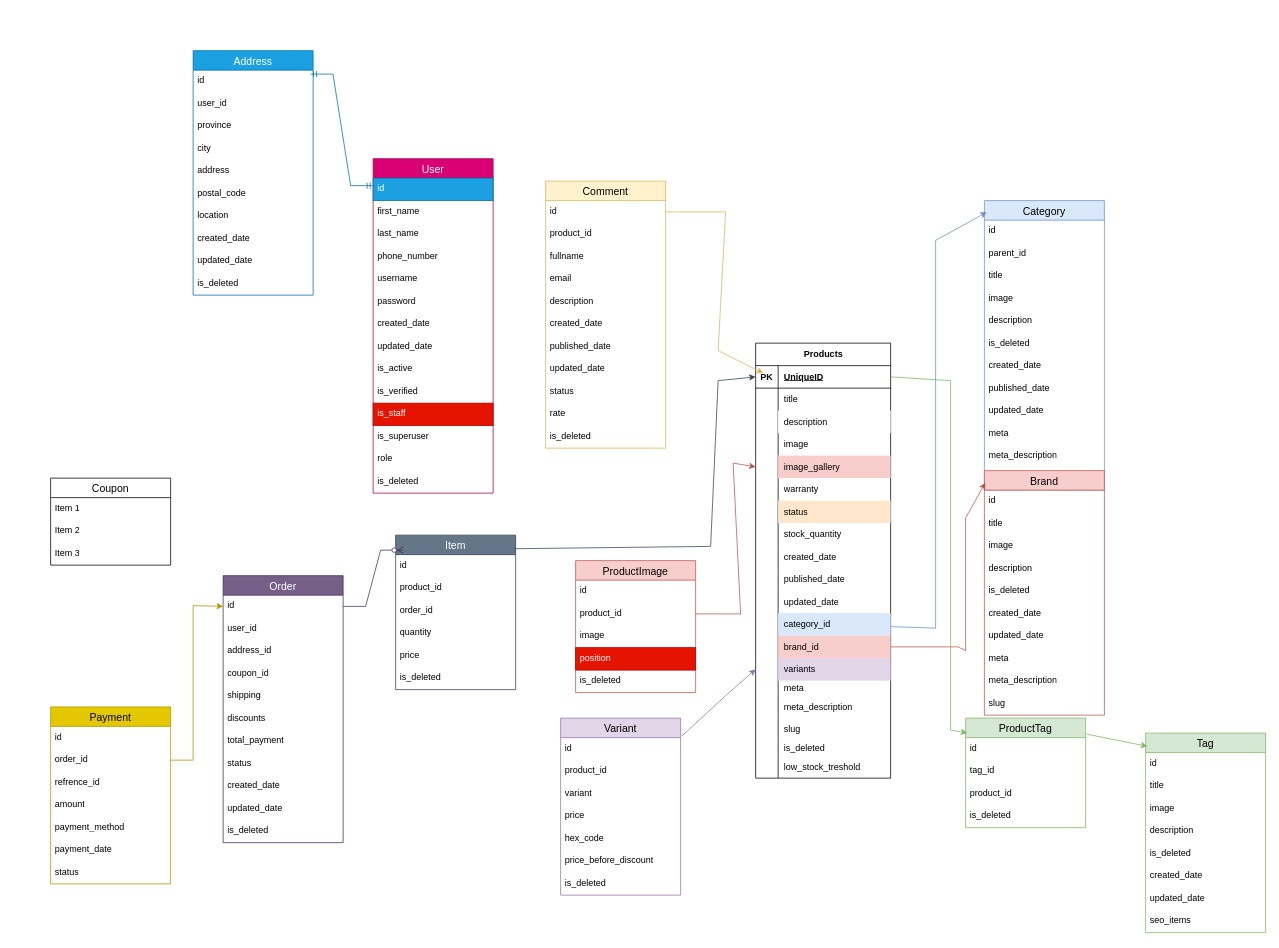
This is Pixa.drawio from Masoumesh/Pixa-shop, a draw.io file, before an edit. Source tidied: cells renumbered, new cells numbered last; positions are measured from the earlier drawing's top-left corner, leaving out a move shared by most shapes. Both pictures are drawn from the tidied source at 75%, with x=0, y=0 at pixel (50, 50).
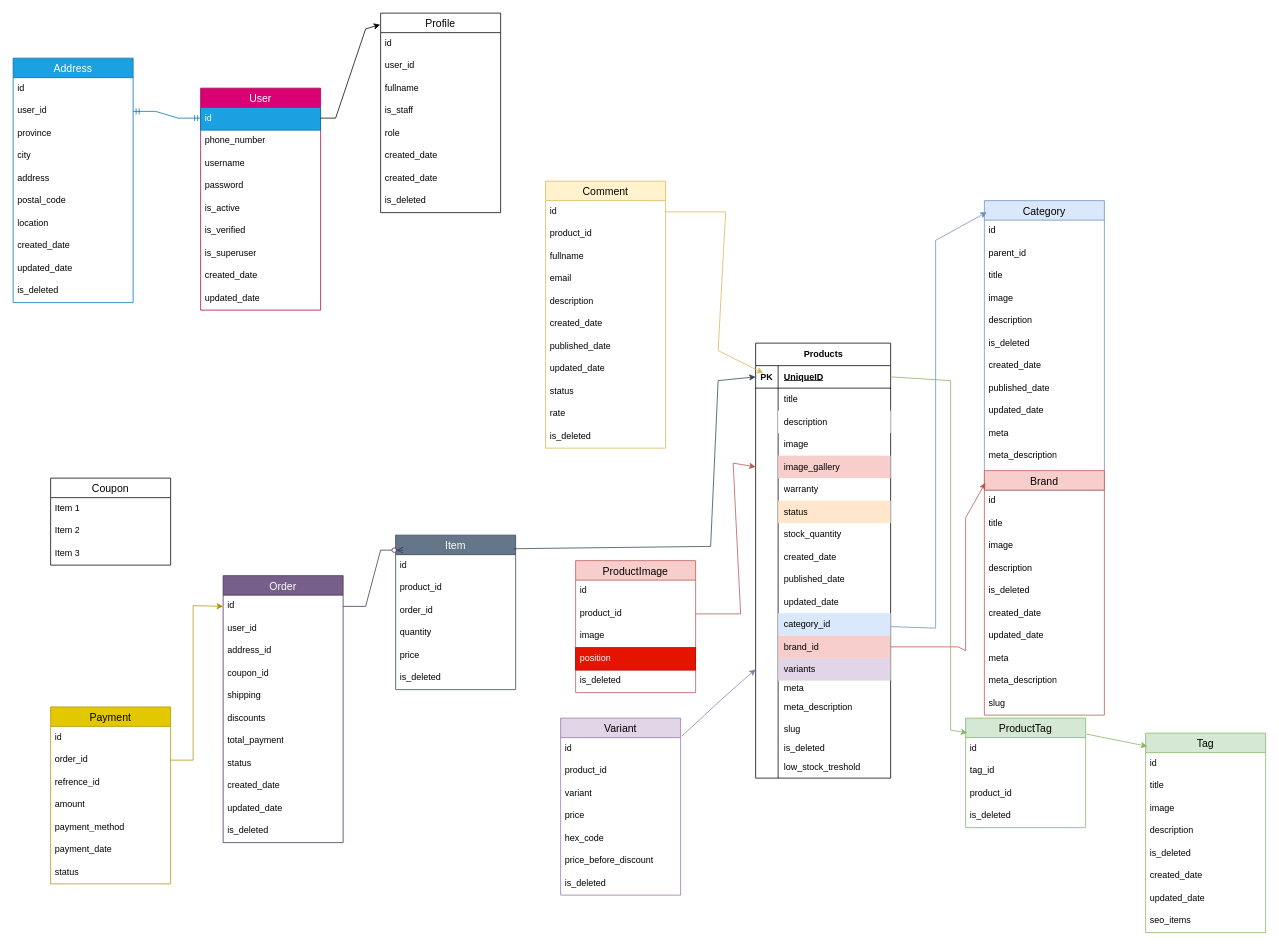
The same diagram, later.

Unchanged cells that the change refers to:
```xml
<mxCell id="117" value="user_id" style="text;strokeColor=none;fillColor=none;spacingLeft=4;spacingRight=4;overflow=hidden;points=[[0,0.5],[1,0.5]];portConstraint=eastwest;fontSize=12;whiteSpace=wrap;html=1;" parent="115" vertex="1">
  <mxGeometry y="56" width="160" height="30" as="geometry" />
</mxCell>
```

Change to the diagram source:
```diff
@@
     <mxCell id="115" value="Address" style="swimlane;fontStyle=0;horizontal=1;startSize=26;align=center;fontSize=14;fillColor=#1ba1e2;fontColor=#ffffff;strokeColor=#006EAF;" parent="1" vertex="1">
-      <mxGeometry x="190" width="160" height="326" as="geometry" />
+      <mxGeometry x="-50" y="10" width="160" height="326" as="geometry" />
     </mxCell>
@@
     <mxCell id="159" value="User" style="swimlane;fontStyle=0;horizontal=1;startSize=26;align=center;fontSize=14;fillColor=#d80073;fontColor=#ffffff;strokeColor=#A50040;" parent="1" vertex="1">
-      <mxGeometry x="430" y="144" width="160" height="446" as="geometry" />
+      <mxGeometry x="200" y="50" width="160" height="296" as="geometry" />
     </mxCell>
@@
-    <mxCell id="161" value="first_name" style="text;strokeColor=none;fillColor=none;spacingLeft=4;spacingRight=4;overflow=hidden;fontSize=12;whiteSpace=wrap;html=1;" parent="159" vertex="1">
-      <mxGeometry y="56" width="160" height="30" as="geometry" />
-    </mxCell>
-    <mxCell id="162" value="last_name" style="text;strokeColor=none;fillColor=none;spacingLeft=4;spacingRight=4;overflow=hidden;fontSize=12;whiteSpace=wrap;html=1;" parent="159" vertex="1">
-      <mxGeometry y="86" width="160" height="30" as="geometry" />
-    </mxCell>
     <mxCell id="163" value="phone_number" style="text;strokeColor=none;fillColor=none;spacingLeft=4;spacingRight=4;overflow=hidden;fontSize=12;whiteSpace=wrap;html=1;" parent="159" vertex="1">
-      <mxGeometry y="116" width="160" height="30" as="geometry" />
+      <mxGeometry y="56" width="160" height="30" as="geometry" />
     </mxCell>
     <mxCell id="164" value="username" style="text;strokeColor=none;fillColor=none;spacingLeft=4;spacingRight=4;overflow=hidden;fontSize=12;whiteSpace=wrap;html=1;" parent="159" vertex="1">
-      <mxGeometry y="146" width="160" height="30" as="geometry" />
+      <mxGeometry y="86" width="160" height="30" as="geometry" />
     </mxCell>
     <mxCell id="165" value="password" style="text;strokeColor=none;fillColor=none;spacingLeft=4;spacingRight=4;overflow=hidden;fontSize=12;whiteSpace=wrap;html=1;" parent="159" vertex="1">
-      <mxGeometry y="176" width="160" height="30" as="geometry" />
+      <mxGeometry y="116" width="160" height="30" as="geometry" />
     </mxCell>
+    <mxCell id="168" value="is_active" style="text;strokeColor=none;fillColor=none;spacingLeft=4;spacingRight=4;overflow=hidden;fontSize=12;whiteSpace=wrap;html=1;" parent="159" vertex="1">
+      <mxGeometry y="146" width="160" height="30" as="geometry" />
+    </mxCell>
+    <mxCell id="169" value="is_verified" style="text;strokeColor=none;fillColor=none;spacingLeft=4;spacingRight=4;overflow=hidden;fontSize=12;whiteSpace=wrap;html=1;" parent="159" vertex="1">
+      <mxGeometry y="176" width="160" height="30" as="geometry" />
+    </mxCell>
+    <mxCell id="171" value="is_superuser" style="text;strokeColor=none;fillColor=none;spacingLeft=4;spacingRight=4;overflow=hidden;fontSize=12;whiteSpace=wrap;html=1;" parent="159" vertex="1">
+      <mxGeometry y="206" width="160" height="30" as="geometry" />
+    </mxCell>
     <mxCell id="166" value="created_date" style="text;strokeColor=none;fillColor=none;spacingLeft=4;spacingRight=4;overflow=hidden;fontSize=12;whiteSpace=wrap;html=1;" parent="159" vertex="1">
-      <mxGeometry y="206" width="160" height="30" as="geometry" />
+      <mxGeometry y="236" width="160" height="30" as="geometry" />
     </mxCell>
     <mxCell id="167" value="updated_date" style="text;strokeColor=none;fillColor=none;spacingLeft=4;spacingRight=4;overflow=hidden;fontSize=12;whiteSpace=wrap;html=1;" parent="159" vertex="1">
-      <mxGeometry y="236" width="160" height="30" as="geometry" />
+      <mxGeometry y="266" width="160" height="30" as="geometry" />
     </mxCell>
-    <mxCell id="168" value="is_active" style="text;strokeColor=none;fillColor=none;spacingLeft=4;spacingRight=4;overflow=hidden;fontSize=12;whiteSpace=wrap;html=1;" parent="159" vertex="1">
-      <mxGeometry y="266" width="160" height="30" as="geometry" />
-    </mxCell>
-    <mxCell id="169" value="is_verified" style="text;strokeColor=none;fillColor=none;spacingLeft=4;spacingRight=4;overflow=hidden;fontSize=12;whiteSpace=wrap;html=1;" parent="159" vertex="1">
-      <mxGeometry y="296" width="160" height="30" as="geometry" />
-    </mxCell>
-    <mxCell id="170" value="is_staff" style="text;strokeColor=#B20000;fillColor=light-dark(#E51400,#FF0000);spacingLeft=4;spacingRight=4;overflow=hidden;fontSize=12;whiteSpace=wrap;html=1;fontColor=#ffffff;" parent="159" vertex="1">
-      <mxGeometry y="326" width="160" height="30" as="geometry" />
-    </mxCell>
-    <mxCell id="171" value="is_superuser" style="text;strokeColor=none;fillColor=none;spacingLeft=4;spacingRight=4;overflow=hidden;fontSize=12;whiteSpace=wrap;html=1;" parent="159" vertex="1">
-      <mxGeometry y="356" width="160" height="30" as="geometry" />
-    </mxCell>
-    <mxCell id="172" value="role" style="text;strokeColor=none;fillColor=none;spacingLeft=4;spacingRight=4;overflow=hidden;fontSize=12;whiteSpace=wrap;html=1;" parent="159" vertex="1">
-      <mxGeometry y="386" width="160" height="30" as="geometry" />
-    </mxCell>
-    <mxCell id="173" value="is_deleted" style="text;strokeColor=none;fillColor=none;spacingLeft=4;spacingRight=4;overflow=hidden;fontSize=12;whiteSpace=wrap;html=1;" parent="159" vertex="1">
-      <mxGeometry y="416" width="160" height="30" as="geometry" />
-    </mxCell>
@@
-    <mxCell id="181" style="edgeStyle=entityRelationEdgeStyle;fontSize=12;html=1;endArrow=ERmandOne;startArrow=ERmandOne;rounded=0;exitX=0.978;exitY=0.096;exitDx=0;exitDy=0;exitPerimeter=0;fillColor=#1ba1e2;strokeColor=#006EAF;" parent="1" edge="1" source="115">
+    <mxCell id="181" style="edgeStyle=entityRelationEdgeStyle;fontSize=12;html=1;endArrow=ERmandOne;startArrow=ERmandOne;rounded=0;exitX=1;exitY=0.5;exitDx=0;exitDy=0;fillColor=#1ba1e2;strokeColor=#006EAF;" parent="1" edge="1" source="117">
       <mxGeometry relative="1" as="geometry">
-        <mxPoint x="430" y="180" as="targetPoint" />
+        <mxPoint x="200" y="90" as="targetPoint" />
       </mxGeometry>
     </mxCell>
@@
+    <mxCell id="192" value="Profile" style="swimlane;fontStyle=0;horizontal=1;startSize=26;align=center;fontSize=14;" parent="1" vertex="1">
+      <mxGeometry x="440" y="-50" width="160" height="266" as="geometry" />
+    </mxCell>
+    <mxCell id="193" value="id" style="text;strokeColor=none;fillColor=none;spacingLeft=4;spacingRight=4;overflow=hidden;fontSize=12;whiteSpace=wrap;html=1;" parent="192" vertex="1">
+      <mxGeometry y="26" width="160" height="30" as="geometry" />
+    </mxCell>
+    <mxCell id="194" value="user_id" style="text;strokeColor=none;fillColor=none;spacingLeft=4;spacingRight=4;overflow=hidden;fontSize=12;whiteSpace=wrap;html=1;" parent="192" vertex="1">
+      <mxGeometry y="56" width="160" height="30" as="geometry" />
+    </mxCell>
+    <mxCell id="195" value="fullname" style="text;strokeColor=none;fillColor=none;spacingLeft=4;spacingRight=4;overflow=hidden;fontSize=12;whiteSpace=wrap;html=1;" parent="192" vertex="1">
+      <mxGeometry y="86" width="160" height="30" as="geometry" />
+    </mxCell>
+    <mxCell id="170" value="is_staff" style="text;strokeColor=none;fillColor=none;spacingLeft=4;spacingRight=4;overflow=hidden;fontSize=12;whiteSpace=wrap;html=1;" parent="192" vertex="1">
+      <mxGeometry y="116" width="160" height="30" as="geometry" />
+    </mxCell>
+    <mxCell id="172" value="role" style="text;strokeColor=none;fillColor=none;spacingLeft=4;spacingRight=4;overflow=hidden;fontSize=12;whiteSpace=wrap;html=1;" parent="192" vertex="1">
+      <mxGeometry y="146" width="160" height="30" as="geometry" />
+    </mxCell>
+    <mxCell id="196" value="created_date" style="text;strokeColor=none;fillColor=none;spacingLeft=4;spacingRight=4;overflow=hidden;fontSize=12;whiteSpace=wrap;html=1;" parent="192" vertex="1">
+      <mxGeometry y="176" width="160" height="30" as="geometry" />
+    </mxCell>
+    <mxCell id="197" value="created_date" style="text;strokeColor=none;fillColor=none;spacingLeft=4;spacingRight=4;overflow=hidden;fontSize=12;whiteSpace=wrap;html=1;" parent="192" vertex="1">
+      <mxGeometry y="206" width="160" height="30" as="geometry" />
+    </mxCell>
+    <mxCell id="173" value="is_deleted" style="text;strokeColor=none;fillColor=none;spacingLeft=4;spacingRight=4;overflow=hidden;fontSize=12;whiteSpace=wrap;html=1;" parent="192" vertex="1">
+      <mxGeometry y="236" width="160" height="30" as="geometry" />
+    </mxCell>
+    <mxCell id="198" style="endArrow=classic;html=1;rounded=0;entryX=-0.004;entryY=0.058;entryDx=0;entryDy=0;entryPerimeter=0;" parent="1" edge="1" target="192">
+      <mxGeometry relative="1" as="geometry">
+        <mxPoint x="360" y="90" as="sourcePoint" />
+        <Array as="points">
+          <mxPoint x="380" y="90" />
+          <mxPoint x="420" y="-29" />
+        </Array>
+      </mxGeometry>
+    </mxCell>
```
